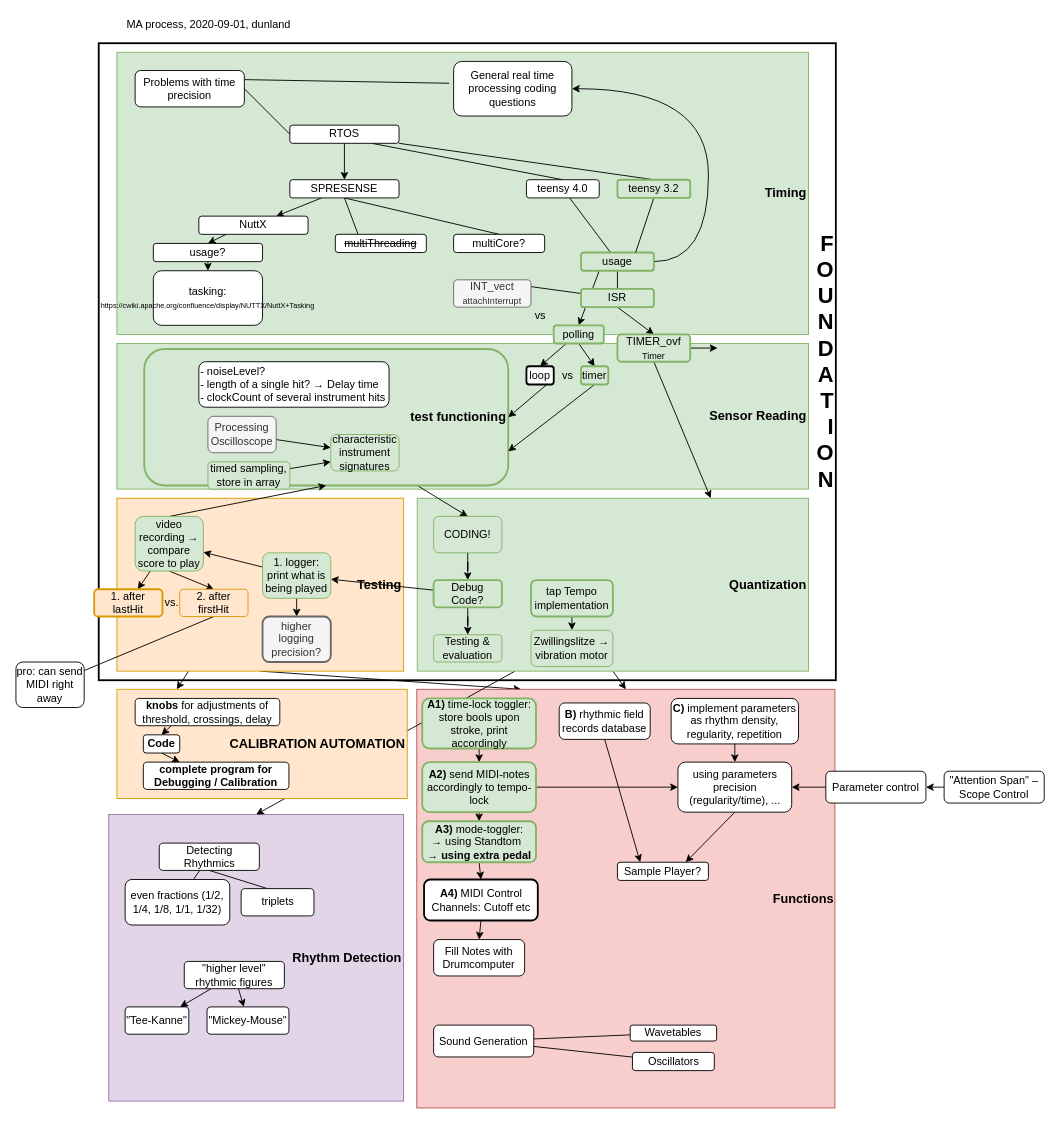
Earlier version of the draw.io diagram page "current" (1 of 5) of muscle/Doc/MA_progress.drawio (dunland/muscle). Source tidied: cells renumbered, new cells numbered last; positions are measured from the earlier drawing's top-left corner, leaving out a move shared by most shapes. Both pictures are drawn from the tidied source at 91%, with x=0, y=0 at pixel (15, 15).
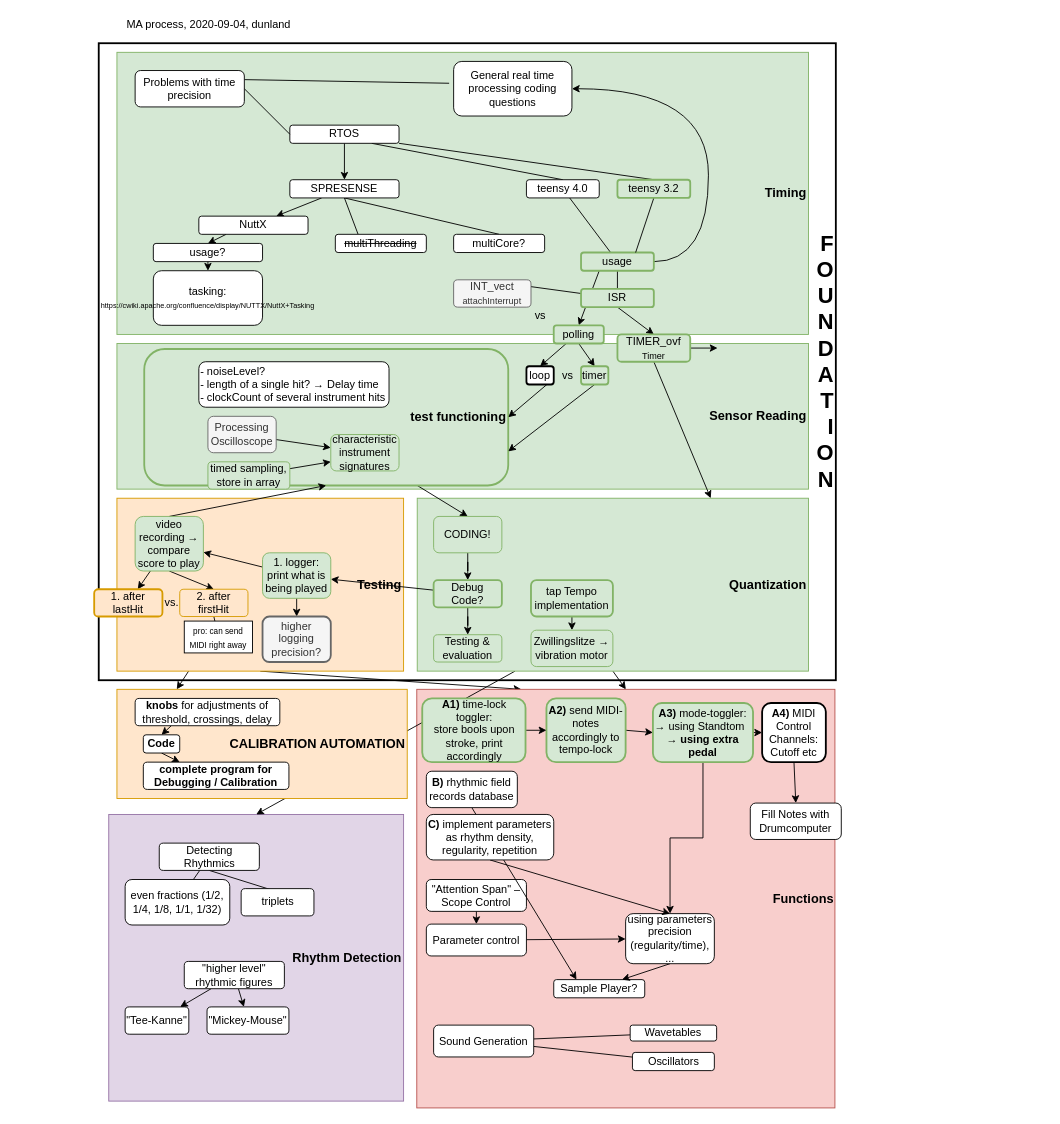
After the change.

Commit message (it also covers changes not shown here):
README.md with progress overview added.

Change to the diagram source:
```diff
@@
     <mxCell id="35" value="Sample Player?" style="rounded=1;whiteSpace=wrap;html=1;" parent="1" vertex="1">
-      <mxGeometry x="661" y="930" width="100" height="20" as="geometry" />
+      <mxGeometry x="591" y="1059" width="100" height="20" as="geometry" />
     </mxCell>
@@
     <mxCell id="42" value="&quot;Attention Span&quot; ‒ Scope Control" style="rounded=1;whiteSpace=wrap;html=1;" parent="1" vertex="1">
-      <mxGeometry x="1020" y="830" width="110" height="35" as="geometry" />
+      <mxGeometry x="451" y="949" width="110" height="35" as="geometry" />
     </mxCell>
@@
     <mxCell id="44" value="Parameter control" style="rounded=1;whiteSpace=wrap;html=1;" parent="1" vertex="1">
-      <mxGeometry x="890" y="830" width="110" height="35" as="geometry" />
+      <mxGeometry x="451" y="998" width="110" height="35" as="geometry" />
     </mxCell>
@@
-    <mxCell id="55" value="&lt;div align=&quot;left&quot;&gt;MA process, 2020-09-01, dunland&lt;br&gt;&lt;/div&gt;" style="text;html=1;strokeColor=none;fillColor=none;align=left;verticalAlign=middle;whiteSpace=wrap;rounded=0;" parent="1" vertex="1">
+    <mxCell id="55" value="&lt;div align=&quot;left&quot;&gt;MA process, 2020-09-04, dunland&lt;br&gt;&lt;/div&gt;" style="text;html=1;strokeColor=none;fillColor=none;align=left;verticalAlign=middle;whiteSpace=wrap;rounded=0;" parent="1" vertex="1">
       <mxGeometry x="120" width="350" height="20" as="geometry" />
     </mxCell>
@@
     <mxCell id="62" value="Fill Notes with Drumcomputer" style="rounded=1;whiteSpace=wrap;html=1;" parent="1" vertex="1">
-      <mxGeometry x="459" y="1015" width="100" height="40" as="geometry" />
+      <mxGeometry x="807" y="865" width="100" height="40" as="geometry" />
     </mxCell>
@@
-    <mxCell id="97" value="pro: can send MIDI right away" style="rounded=1;whiteSpace=wrap;html=1;strokeWidth=1;" parent="1" vertex="1">
-      <mxGeometry y="710" width="75" height="50" as="geometry" />
+    <mxCell id="97" value="&lt;font style=&quot;font-size: 9px&quot;&gt;pro: can send MIDI right away&lt;/font&gt;" style="rounded=0;whiteSpace=wrap;html=1;strokeWidth=1;" parent="1" vertex="1">
+      <mxGeometry x="185" y="665" width="75" height="35" as="geometry" />
     </mxCell>
@@
-    <mxCell id="113" style="edgeStyle=orthogonalEdgeStyle;rounded=0;jettySize=auto;html=1;" parent="1" edge="1" source="115" target="117">
+    <mxCell id="113" style="edgeStyle=orthogonalEdgeStyle;rounded=0;jettySize=auto;html=1;" parent="1" edge="1" source="124" target="117">
       <mxGeometry relative="1" as="geometry" />
     </mxCell>
-    <mxCell id="114" style="edgeStyle=none;rounded=0;jettySize=auto;html=1;exitX=0.5;exitY=1;exitDx=0;exitDy=0;entryX=0.5;entryY=0;entryDx=0;entryDy=0;" parent="1" edge="1" source="115" target="124">
+    <mxCell id="114" style="edgeStyle=none;rounded=0;jettySize=auto;html=1;exitX=1;exitY=0.5;exitDx=0;exitDy=0;entryX=0;entryY=0.5;entryDx=0;entryDy=0;" parent="1" edge="1" source="115" target="124">
       <mxGeometry relative="1" as="geometry" />
     </mxCell>
     <mxCell id="115" value="&lt;b&gt;A2)&lt;/b&gt; send MIDI-notes accordingly to tempo-lock" style="rounded=1;whiteSpace=wrap;html=1;strokeWidth=2;fillColor=#d5e8d4;strokeColor=#82b366;" parent="1" vertex="1">
-      <mxGeometry x="446.5" y="820" width="125" height="55" as="geometry" />
+      <mxGeometry x="583" y="750" width="87" height="70" as="geometry" />
     </mxCell>
@@
     <mxCell id="117" value="using parameters precision (regularity/time), ..." style="rounded=1;whiteSpace=wrap;html=1;strokeWidth=1;" parent="1" vertex="1">
-      <mxGeometry x="727.5" y="820" width="125" height="55" as="geometry" />
+      <mxGeometry x="670" y="986.5" width="97.5" height="55" as="geometry" />
     </mxCell>
@@
     <mxCell id="119" value="&lt;b&gt;B)&lt;/b&gt; rhythmic field records database" style="rounded=1;whiteSpace=wrap;html=1;" parent="1" vertex="1">
-      <mxGeometry x="597" y="755" width="100" height="40" as="geometry" />
+      <mxGeometry x="451" y="830" width="100" height="40" as="geometry" />
     </mxCell>
-    <mxCell id="120" style="rounded=0;jettySize=auto;html=1;exitX=0.5;exitY=1;exitDx=0;exitDy=0;entryX=0.5;entryY=0;entryDx=0;entryDy=0;" parent="1" edge="1" source="121" target="115">
+    <mxCell id="120" style="rounded=0;jettySize=auto;html=1;exitX=1;exitY=0.5;exitDx=0;exitDy=0;entryX=0;entryY=0.5;entryDx=0;entryDy=0;" parent="1" edge="1" source="121" target="115">
       <mxGeometry relative="1" as="geometry" />
     </mxCell>
     <mxCell id="121" value="&lt;b&gt;A1)&lt;/b&gt; time-lock toggler:&lt;br&gt;store bools upon stroke, print accordingly" style="rounded=1;whiteSpace=wrap;html=1;strokeWidth=2;fillColor=#d5e8d4;strokeColor=#82b366;" parent="1" vertex="1">
-      <mxGeometry x="446.5" y="750" width="125" height="55" as="geometry" />
+      <mxGeometry x="446.5" y="750" width="113.5" height="70" as="geometry" />
     </mxCell>
@@
-    <mxCell id="123" style="edgeStyle=none;rounded=0;jettySize=auto;html=1;exitX=0.5;exitY=1;exitDx=0;exitDy=0;entryX=0.5;entryY=0;entryDx=0;entryDy=0;endArrow=classic;endFill=1;" parent="1" edge="1" source="124" target="127">
+    <mxCell id="123" style="edgeStyle=none;rounded=0;jettySize=auto;html=1;exitX=1;exitY=0.5;exitDx=0;exitDy=0;entryX=0;entryY=0.5;entryDx=0;entryDy=0;endArrow=classic;endFill=1;" parent="1" edge="1" source="124" target="127">
       <mxGeometry relative="1" as="geometry" />
     </mxCell>
-    <mxCell id="124" value="&lt;b&gt;A3)&lt;/b&gt;&amp;nbsp;mode-toggler:&lt;br&gt;→ using Standtom&amp;nbsp;&amp;nbsp;&lt;br&gt;&lt;b&gt;→ using extra pedal&lt;/b&gt;" style="rounded=1;whiteSpace=wrap;html=1;strokeWidth=2;fillColor=#d5e8d4;strokeColor=#82b366;" parent="1" vertex="1">
-      <mxGeometry x="446.5" y="885" width="125" height="45" as="geometry" />
-    </mxCell>
@@
     <mxCell id="127" value="&lt;b&gt;A4)&lt;/b&gt;&amp;nbsp;MIDI Control Channels: Cutoff etc" style="rounded=1;whiteSpace=wrap;html=1;strokeWidth=2;" parent="1" vertex="1">
-      <mxGeometry x="448.5" y="949" width="125" height="45" as="geometry" />
+      <mxGeometry x="820" y="755" width="70" height="65" as="geometry" />
     </mxCell>
@@
     <mxCell id="129" value="&lt;b&gt;C)&lt;/b&gt;&amp;nbsp;implement parameters as rhythm density, regularity, repetition" style="rounded=1;whiteSpace=wrap;html=1;" parent="1" vertex="1">
-      <mxGeometry x="720" y="750" width="140" height="50" as="geometry" />
+      <mxGeometry x="451" y="877.5" width="140" height="50" as="geometry" />
     </mxCell>
+    <mxCell id="124" value="&lt;b&gt;A3)&lt;/b&gt;&amp;nbsp;mode-toggler:&lt;br&gt;→ using Standtom&amp;nbsp;&amp;nbsp;&lt;br&gt;&lt;b&gt;→ using extra pedal&lt;/b&gt;" style="rounded=1;whiteSpace=wrap;html=1;strokeWidth=2;fillColor=#d5e8d4;strokeColor=#82b366;" parent="1" vertex="1">
+      <mxGeometry x="700" y="755" width="110" height="65" as="geometry" />
+    </mxCell>
```
